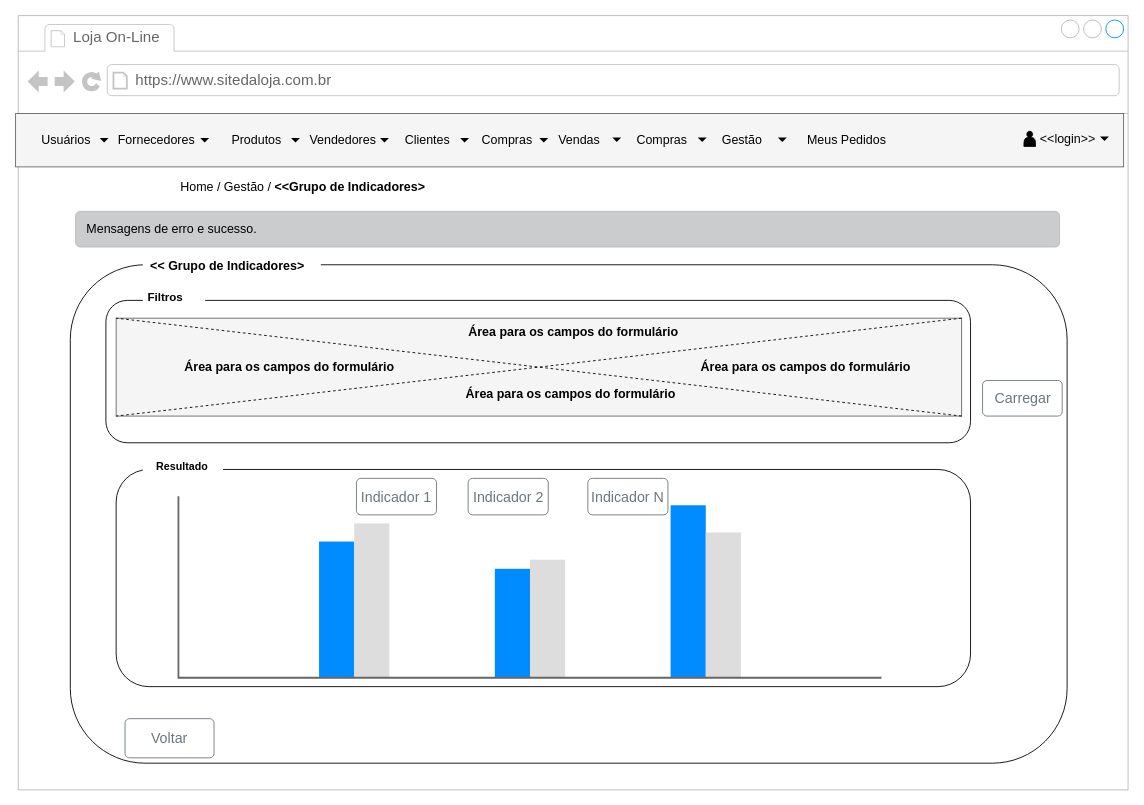
Above: page "Tela Indicador" (5 of 7) of projeto/documentacao/wireframes.drawio in adjamirgalvao/pucminas (draw.io), before the change. Source tidied: cells renumbered, new cells numbered last; positions are measured from the earlier drawing's top-left corner, leaving out a move shared by most shapes. Both pictures are drawn from the tidied source at 89%, with x=0, y=0 at pixel (15, 15).
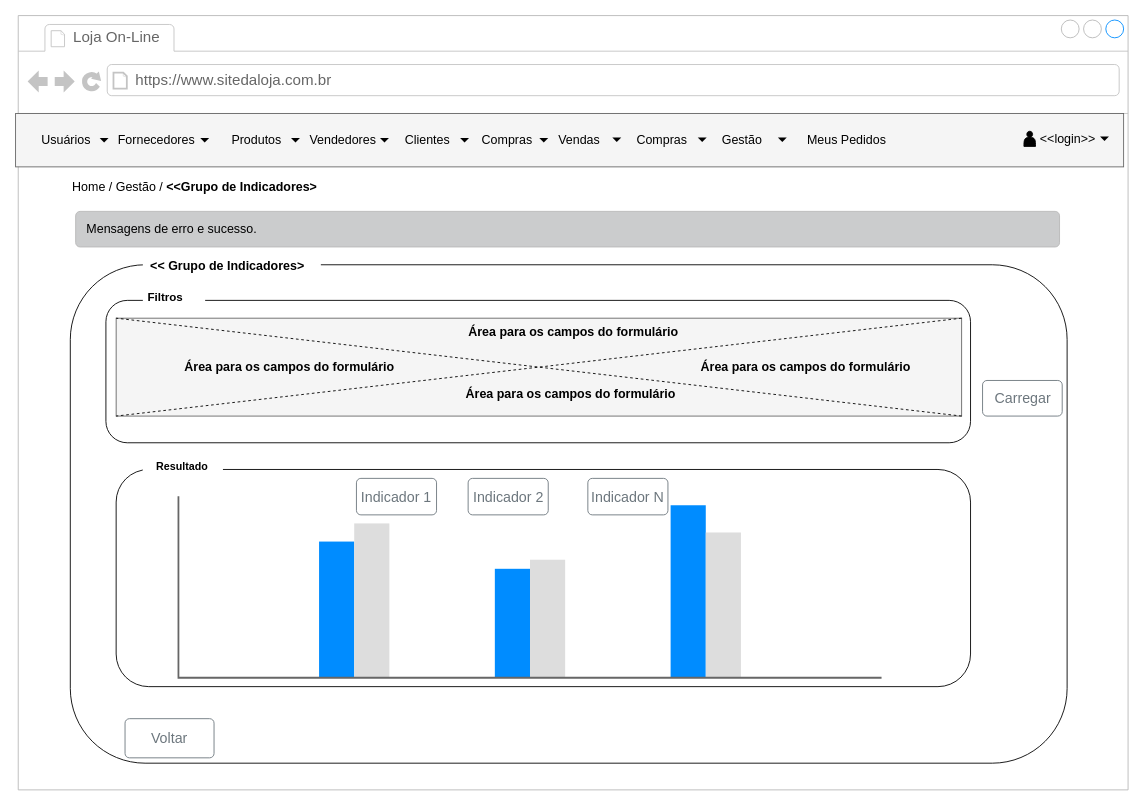
The same page after the edit.

The change refers to these unchanged cells:
```xml
<mxCell id="2" style="strokeWidth=1;shadow=0;dashed=0;align=center;html=1;shape=mxgraph.mockup.containers.browserWindow;rSize=0;strokeColor=#B8B8B8;strokeColor2=#008cff;strokeColor3=#c4c4c4;mainText=,;" parent="1" vertex="1">
  <mxGeometry x="3" width="1247" height="870" as="geometry" />
</mxCell>
```

Diff of the diagram source:
```diff
@@
-    <mxCell id="30" value="Home / Gestão / &lt;b&gt;&amp;lt;&amp;lt;Grupo de Indicadores&amp;gt;&lt;/b&gt;" style="text;html=1;strokeColor=none;fillColor=none;align=center;verticalAlign=middle;whiteSpace=wrap;rounded=0;fontSize=14;fontColor=#000000;" parent="2" vertex="1">
+    <mxCell id="30" value="Home / Gestão / &lt;b&gt;&amp;lt;&amp;lt;Grupo de Indicadores&amp;gt;&lt;/b&gt;" style="text;html=1;strokeColor=none;fillColor=none;align=left;verticalAlign=middle;whiteSpace=wrap;rounded=0;fontSize=14;fontColor=#000000;" parent="2" vertex="1">
       <mxGeometry x="58.5" y="180" width="521.5" height="26" as="geometry" />
     </mxCell>
```
